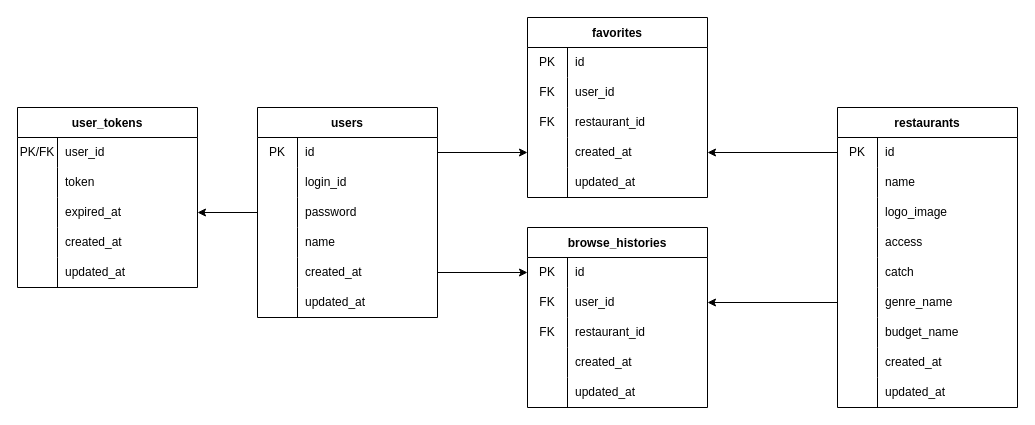
Before: backend/docs/db/app_db_er.drawio in akito-arakawa/mogu-view, a draw.io diagram. Source tidied: cells renumbered, new cells numbered last; positions are measured from the earlier drawing's top-left corner, leaving out a move shared by most shapes. Both pictures are drawn from the tidied source at 100%, with x=0, y=0 at pixel (17, 17).
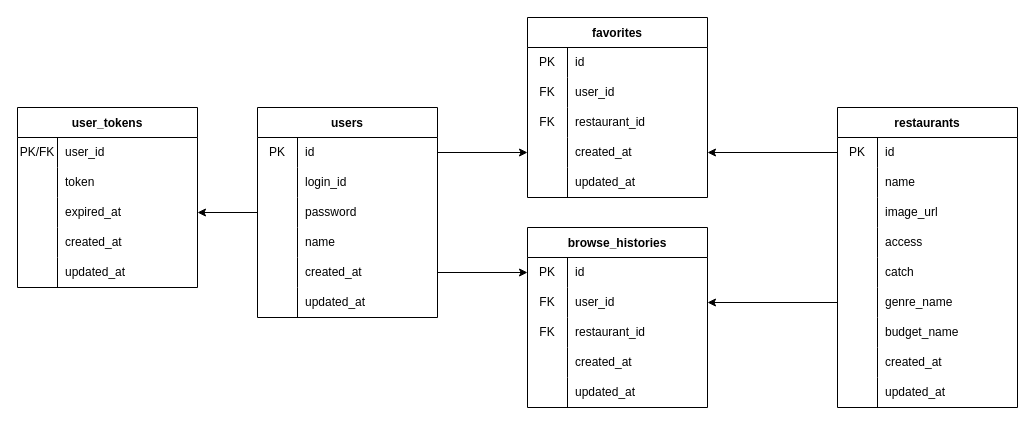
Above is the later version.

Commit message (it also covers changes not shown here):
clean:保存するのはurlのため修正

Unchanged cells that the change refers to:
```xml
<mxCell id="79" style="shape=tableRow;horizontal=0;startSize=0;swimlaneHead=0;swimlaneBody=0;top=0;left=0;bottom=0;right=0;fillColor=none;" parent="72" vertex="1">
  <mxGeometry y="90" width="180" height="30" as="geometry" />
</mxCell>
```

What changed in the source:
```diff
@@
-    <mxCell id="81" value="logo_image" style="shape=partialRectangle;html=1;whiteSpace=wrap;fillColor=none;top=0;left=0;bottom=0;right=0;align=left;spacingLeft=6;overflow=hidden;" parent="79" vertex="1">
+    <mxCell id="81" value="image_url" style="shape=partialRectangle;html=1;whiteSpace=wrap;fillColor=none;top=0;left=0;bottom=0;right=0;align=left;spacingLeft=6;overflow=hidden;" parent="79" vertex="1">
       <mxGeometry x="40" width="140" height="30" as="geometry" />
     </mxCell>
```
